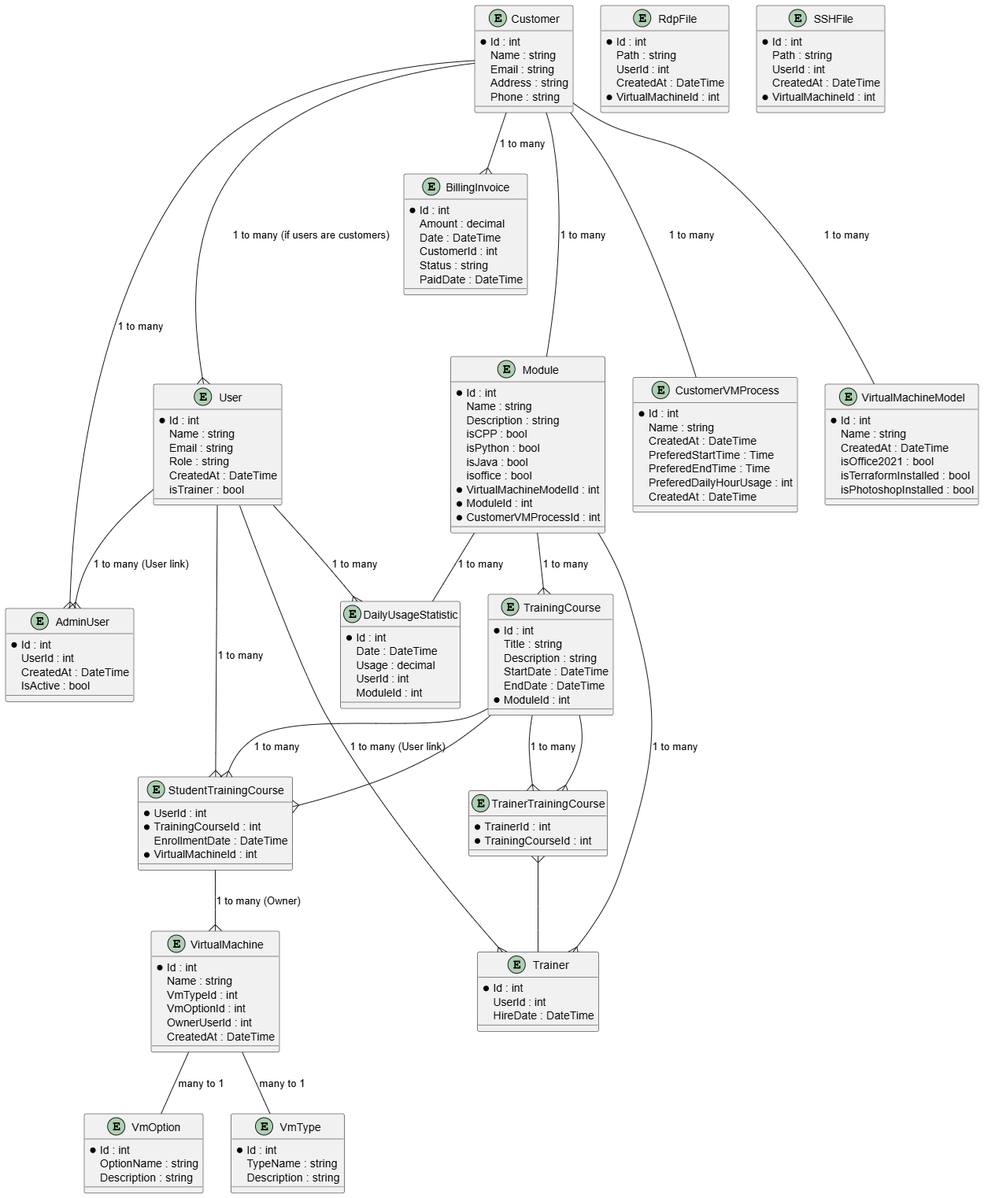
ChristophePichaud/DataModelExperimentation keeps this PlantUML diagram as Docs/TrainingDataModelDiagram_Full.png. Above is the earlier version. Its source is kept beside it as Docs/TrainingDataModelDiagram_Full.puml.
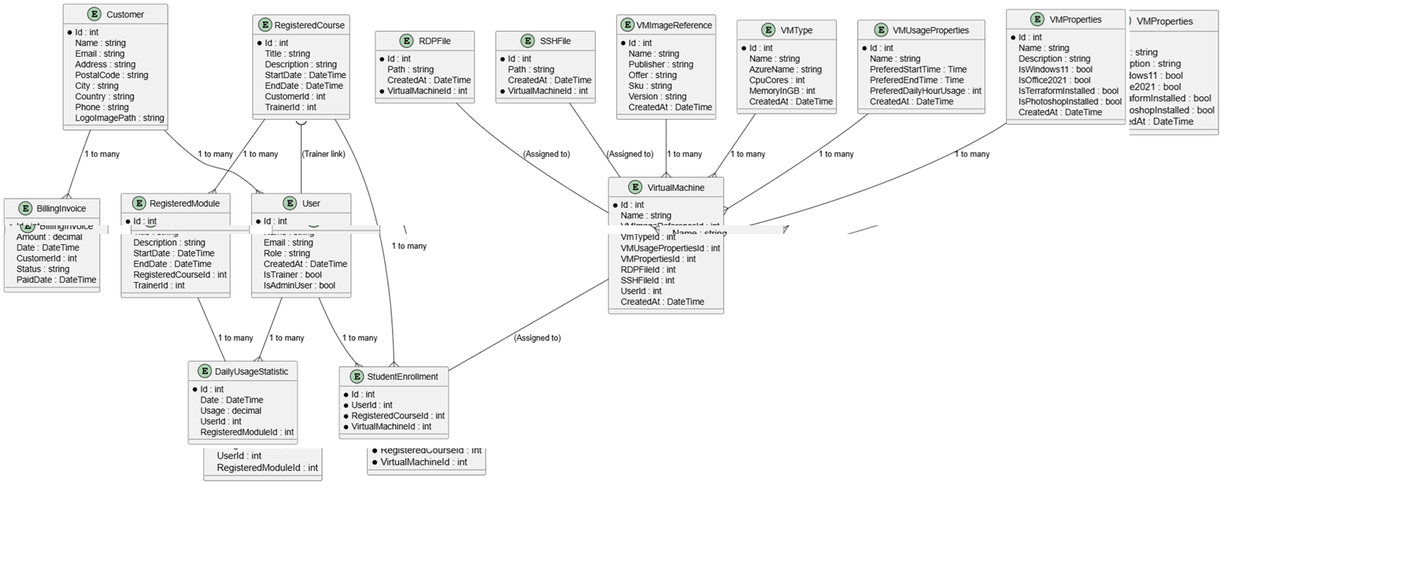
Later version of the same file.

Change to the diagram source:
```diff
@@ -145,8 +145,8 @@
 VMImageReference --{ VirtualMachine : "1 to many"
 VMUsageProperties --{ VirtualMachine : "1 to many"
 VMProperties --{ VirtualMachine : "1 to many"
-SSHFile --{ VirtualMachine : "1 to many"
-RDPFile --{ VirtualMachine : "1 to many"
+SSHFile -- VirtualMachine : "(Assigned to)"
+RDPFile -- VirtualMachine : "(Assigned to)"
 
 VirtualMachine -- StudentEnrollment : "(Assigned to)"
 
```
